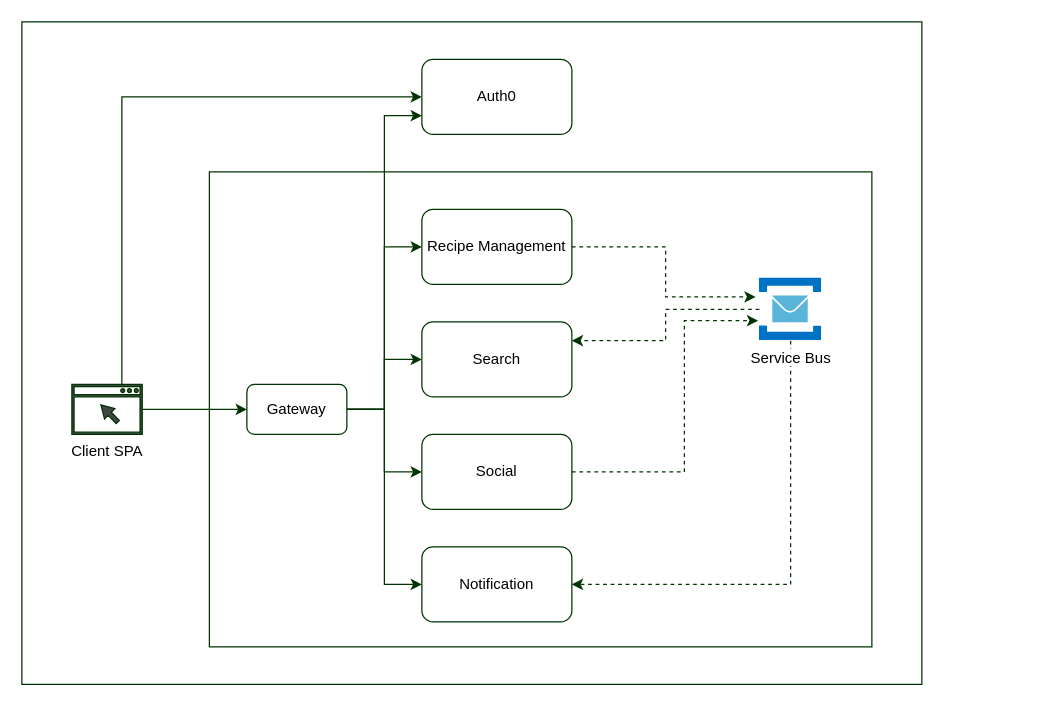
The draw.io diagram page "Page-1" (1 of 2) of doc/RecipeShareArchitecture.drawio in tungdn3/RecipeShare, before the edit. Source tidied: cells renumbered, new cells numbered last; positions are measured from the earlier drawing's top-left corner, leaving out a move shared by most shapes. Both pictures are drawn from the tidied source at 125%, with x=0, y=0 at pixel (21, 21). Pictures stored in the file or linked from it are replaced by grey dashed boxes.
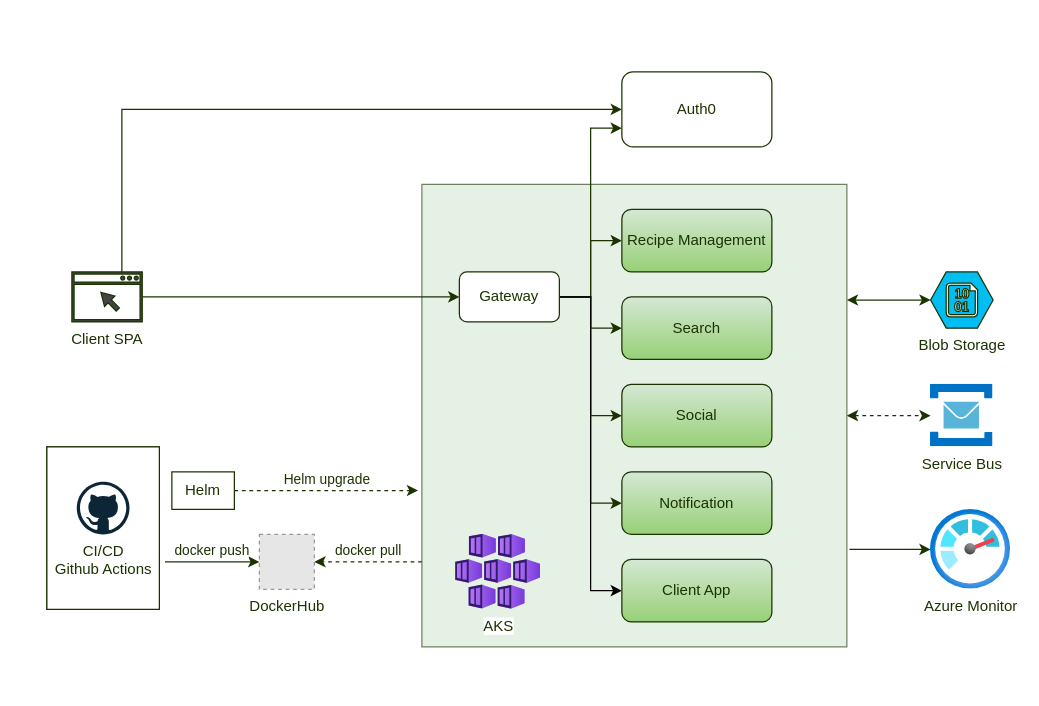
The same page after the edit.

The edit, as a diff of the source:
```diff
@@
-    <mxCell id="2" style="rounded=0;whiteSpace=wrap;html=1;strokeColor=#003300;" parent="1" vertex="1">
-      <mxGeometry width="720" height="530" as="geometry" />
-    </mxCell>
+    <mxCell id="23" value="docker pull" style="edgeStyle=orthogonalEdgeStyle;rounded=0;jettySize=auto;html=1;exitX=0;exitY=0.816;exitDx=0;exitDy=0;entryX=1;entryY=0.5;entryDx=0;entryDy=0;dashed=1;verticalAlign=bottom;strokeColor=#1A3300;fontColor=#1A3300;exitPerimeter=0;" parent="1" edge="1" source="3" target="29">
+      <mxGeometry relative="1" as="geometry" />
+    </mxCell>
+    <mxCell id="24" style="edgeStyle=orthogonalEdgeStyle;rounded=0;jettySize=auto;html=1;exitX=1;exitY=0.5;exitDx=0;exitDy=0;startArrow=classic;startFill=1;dashed=1;strokeColor=#1A3300;fontColor=#1A3300;" parent="1" edge="1" source="3" target="20">
+      <mxGeometry relative="1" as="geometry" />
+    </mxCell>
-    <mxCell id="3" style="rounded=0;whiteSpace=wrap;html=1;strokeColor=#003300;" parent="1" vertex="1">
-      <mxGeometry x="150" y="120" width="530" height="380" as="geometry" />
+    <mxCell id="3" style="rounded=0;whiteSpace=wrap;html=1;strokeColor=#1A3300;fillColor=#d5e8d4;opacity=60;fontColor=#1A3300;" parent="1" vertex="1">
+      <mxGeometry x="320" y="130" width="340" height="370" as="geometry" />
     </mxCell>
-    <mxCell id="4" style="edgeStyle=orthogonalEdgeStyle;rounded=0;jettySize=auto;html=1;entryX=0;entryY=0.5;entryDx=0;entryDy=0;strokeColor=#003300;" parent="1" edge="1" source="6" target="7">
+    <mxCell id="4" style="edgeStyle=orthogonalEdgeStyle;rounded=0;jettySize=auto;html=1;entryX=0;entryY=0.5;entryDx=0;entryDy=0;strokeColor=#1A3300;fontColor=#1A3300;" parent="1" edge="1" source="6" target="7">
       <mxGeometry relative="1" as="geometry">
         <Array as="points">
-          <mxPoint x="80" y="60" />
+          <mxPoint x="80" y="70" />
         </Array>
       </mxGeometry>
     </mxCell>
-    <mxCell id="5" style="edgeStyle=orthogonalEdgeStyle;rounded=0;jettySize=auto;html=1;entryX=0;entryY=0.5;entryDx=0;entryDy=0;strokeColor=#003300;" parent="1" edge="1" source="6" target="17">
+    <mxCell id="5" style="edgeStyle=orthogonalEdgeStyle;rounded=0;jettySize=auto;html=1;entryX=0;entryY=0.5;entryDx=0;entryDy=0;strokeColor=#1A3300;fontColor=#1A3300;" parent="1" edge="1" source="6" target="17">
       <mxGeometry relative="1" as="geometry" />
     </mxCell>
-    <mxCell id="6" value="Client SPA" style="sketch=0;shadow=0;dashed=0;html=1;strokeColor=#003300;fillColor=#434445;labelPosition=center;verticalLabelPosition=bottom;verticalAlign=top;align=center;outlineConnect=0;shape=mxgraph.vvd.web_browser;" parent="1" vertex="1">
-      <mxGeometry x="40" y="290" width="56.3" height="40" as="geometry" />
+    <mxCell id="6" value="Client SPA" style="sketch=0;shadow=0;dashed=0;html=1;strokeColor=#1A3300;fillColor=#434445;labelPosition=center;verticalLabelPosition=bottom;verticalAlign=top;align=center;outlineConnect=0;shape=mxgraph.vvd.web_browser;fontColor=#1A3300;" parent="1" vertex="1">
+      <mxGeometry x="40" y="200" width="56.3" height="40" as="geometry" />
     </mxCell>
-    <mxCell id="7" value="Auth0" style="rounded=1;whiteSpace=wrap;html=1;strokeColor=#003300;" parent="1" vertex="1">
-      <mxGeometry x="320" y="30" width="120" height="60" as="geometry" />
+    <mxCell id="7" value="Auth0" style="rounded=1;whiteSpace=wrap;html=1;strokeColor=#1A3300;fontColor=#1A3300;" parent="1" vertex="1">
+      <mxGeometry x="480" y="40" width="120" height="60" as="geometry" />
     </mxCell>
-    <mxCell id="8" value="Recipe Management" style="rounded=1;whiteSpace=wrap;html=1;strokeColor=#003300;" parent="1" vertex="1">
-      <mxGeometry x="320" y="150" width="120" height="60" as="geometry" />
+    <mxCell id="8" value="Recipe Management" style="rounded=1;whiteSpace=wrap;html=1;strokeColor=#1A3300;fillColor=#d5e8d4;gradientColor=#97d077;fontColor=#1A3300;" parent="1" vertex="1">
+      <mxGeometry x="480" y="150" width="120" height="50" as="geometry" />
     </mxCell>
-    <mxCell id="9" value="Social" style="rounded=1;whiteSpace=wrap;html=1;strokeColor=#003300;" parent="1" vertex="1">
-      <mxGeometry x="320" y="330" width="120" height="60" as="geometry" />
+    <mxCell id="9" value="Social" style="rounded=1;whiteSpace=wrap;html=1;strokeColor=#1A3300;fillColor=#d5e8d4;gradientColor=#97d077;fontColor=#1A3300;" parent="1" vertex="1">
+      <mxGeometry x="480" y="290" width="120" height="50" as="geometry" />
     </mxCell>
-    <mxCell id="10" value="Search" style="rounded=1;whiteSpace=wrap;html=1;strokeColor=#003300;" parent="1" vertex="1">
-      <mxGeometry x="320" y="240" width="120" height="60" as="geometry" />
+    <mxCell id="10" value="Search" style="rounded=1;whiteSpace=wrap;html=1;strokeColor=#1A3300;fillColor=#d5e8d4;gradientColor=#97d077;fontColor=#1A3300;" parent="1" vertex="1">
+      <mxGeometry x="480" y="220" width="120" height="50" as="geometry" />
     </mxCell>
-    <mxCell id="11" value="Notification" style="rounded=1;whiteSpace=wrap;html=1;strokeColor=#003300;" parent="1" vertex="1">
-      <mxGeometry x="320" y="420" width="120" height="60" as="geometry" />
+    <mxCell id="11" value="Notification" style="rounded=1;whiteSpace=wrap;html=1;strokeColor=#1A3300;fillColor=#d5e8d4;gradientColor=#97d077;fontColor=#1A3300;" parent="1" vertex="1">
+      <mxGeometry x="480" y="360" width="120" height="50" as="geometry" />
     </mxCell>
-    <mxCell id="12" style="edgeStyle=orthogonalEdgeStyle;rounded=0;jettySize=auto;html=1;exitX=1;exitY=0.5;exitDx=0;exitDy=0;entryX=0;entryY=0.5;entryDx=0;entryDy=0;strokeColor=#003300;" parent="1" edge="1" source="17" target="8">
+    <mxCell id="12" style="edgeStyle=orthogonalEdgeStyle;rounded=0;jettySize=auto;html=1;exitX=1;exitY=0.5;exitDx=0;exitDy=0;entryX=0;entryY=0.5;entryDx=0;entryDy=0;strokeColor=#1A3300;fontColor=#1A3300;" parent="1" edge="1" source="17" target="8">
       <mxGeometry relative="1" as="geometry" />
     </mxCell>
-    <mxCell id="13" style="edgeStyle=orthogonalEdgeStyle;rounded=0;jettySize=auto;html=1;entryX=0;entryY=0.5;entryDx=0;entryDy=0;strokeColor=#003300;" parent="1" edge="1" source="17" target="10">
+    <mxCell id="13" style="edgeStyle=orthogonalEdgeStyle;rounded=0;jettySize=auto;html=1;entryX=0;entryY=0.5;entryDx=0;entryDy=0;strokeColor=#1A3300;fontColor=#1A3300;" parent="1" edge="1" source="17" target="10">
       <mxGeometry relative="1" as="geometry" />
     </mxCell>
-    <mxCell id="14" style="edgeStyle=orthogonalEdgeStyle;rounded=0;jettySize=auto;html=1;entryX=0;entryY=0.5;entryDx=0;entryDy=0;strokeColor=#003300;" parent="1" edge="1" source="17" target="9">
+    <mxCell id="14" style="edgeStyle=orthogonalEdgeStyle;rounded=0;jettySize=auto;html=1;entryX=0;entryY=0.5;entryDx=0;entryDy=0;strokeColor=#1A3300;fontColor=#1A3300;" parent="1" edge="1" source="17" target="9">
       <mxGeometry relative="1" as="geometry" />
     </mxCell>
-    <mxCell id="15" style="edgeStyle=orthogonalEdgeStyle;rounded=0;jettySize=auto;html=1;entryX=0;entryY=0.5;entryDx=0;entryDy=0;strokeColor=#003300;" parent="1" edge="1" source="17" target="11">
+    <mxCell id="15" style="edgeStyle=orthogonalEdgeStyle;rounded=0;jettySize=auto;html=1;entryX=0;entryY=0.5;entryDx=0;entryDy=0;strokeColor=#1A3300;fontColor=#1A3300;" parent="1" edge="1" source="17" target="11">
       <mxGeometry relative="1" as="geometry" />
     </mxCell>
-    <mxCell id="16" style="edgeStyle=orthogonalEdgeStyle;rounded=0;jettySize=auto;html=1;entryX=0;entryY=0.75;entryDx=0;entryDy=0;strokeColor=#003300;" parent="1" edge="1" source="17" target="7">
+    <mxCell id="16" style="edgeStyle=orthogonalEdgeStyle;rounded=0;jettySize=auto;html=1;entryX=0;entryY=0.75;entryDx=0;entryDy=0;strokeColor=#1A3300;fontColor=#1A3300;" parent="1" edge="1" source="17" target="7">
       <mxGeometry relative="1" as="geometry" />
     </mxCell>
+    <mxCell id="25" style="edgeStyle=orthogonalEdgeStyle;rounded=0;jettySize=auto;html=1;entryX=0;entryY=0.5;entryDx=0;entryDy=0;" parent="1" edge="1" source="17" target="38">
+      <mxGeometry relative="1" as="geometry" />
+    </mxCell>
-    <mxCell id="17" value="Gateway" style="rounded=1;whiteSpace=wrap;html=1;strokeColor=#003300;" parent="1" vertex="1">
-      <mxGeometry x="180" y="290" width="80" height="40" as="geometry" />
+    <mxCell id="17" value="Gateway" style="rounded=1;whiteSpace=wrap;html=1;strokeColor=#1A3300;fontColor=#1A3300;" parent="1" vertex="1">
+      <mxGeometry x="350" y="200" width="80" height="40" as="geometry" />
     </mxCell>
-    <mxCell id="18" style="edgeStyle=orthogonalEdgeStyle;rounded=0;jettySize=auto;html=1;entryX=1;entryY=0.25;entryDx=0;entryDy=0;dashed=1;strokeColor=#003300;" parent="1" edge="1" source="20" target="10">
-      <mxGeometry relative="1" as="geometry" />
-    </mxCell>
-    <mxCell id="19" style="edgeStyle=orthogonalEdgeStyle;rounded=0;jettySize=auto;html=1;entryX=1;entryY=0.5;entryDx=0;entryDy=0;dashed=1;strokeColor=#003300;" parent="1" edge="1" source="20" target="11">
-      <mxGeometry relative="1" as="geometry">
-        <Array as="points">
-          <mxPoint x="615" y="450" />
-        </Array>
-      </mxGeometry>
-    </mxCell>
-    <mxCell id="20" value="Service Bus" style="image;sketch=0;html=1;points=[];align=center;fontSize=12;image=img/lib/mscae/Service_Bus.svg;strokeColor=#003300;" parent="1" vertex="1">
-      <mxGeometry x="590" y="205" width="50" height="50" as="geometry" />
+    <mxCell id="20" value="Service Bus" style="image;sketch=0;html=1;points=[];align=center;fontSize=12;image=img/lib/mscae/Service_Bus.svg;strokeColor=#1A3300;fontColor=#1A3300;" parent="1" vertex="1">
+      <mxGeometry x="727" y="290" width="50" height="50" as="geometry" />
     </mxCell>
-    <mxCell id="21" style="edgeStyle=orthogonalEdgeStyle;rounded=0;jettySize=auto;html=1;entryX=-0.06;entryY=0.3;entryDx=0;entryDy=0;entryPerimeter=0;dashed=1;strokeColor=#003300;" parent="1" edge="1" source="8" target="20">
-      <mxGeometry relative="1" as="geometry" />
-    </mxCell>
-    <mxCell id="22" style="edgeStyle=orthogonalEdgeStyle;rounded=0;jettySize=auto;html=1;entryX=-0.02;entryY=0.68;entryDx=0;entryDy=0;entryPerimeter=0;dashed=1;strokeColor=#003300;" parent="1" edge="1" source="9" target="20">
-      <mxGeometry relative="1" as="geometry">
-        <Array as="points">
-          <mxPoint x="530" y="360" />
-          <mxPoint x="530" y="239" />
-        </Array>
-      </mxGeometry>
-    </mxCell>
+    <mxCell id="26" value="docker push" style="edgeStyle=orthogonalEdgeStyle;rounded=0;jettySize=auto;html=1;entryX=0;entryY=0.5;entryDx=0;entryDy=0;verticalAlign=bottom;exitX=1.05;exitY=0.707;exitDx=0;exitDy=0;exitPerimeter=0;strokeColor=#1A3300;fontColor=#1A3300;" parent="1" edge="1" source="34" target="29">
+      <mxGeometry relative="1" as="geometry" />
+    </mxCell>
+    <mxCell id="27" value="Helm upgrade" style="edgeStyle=orthogonalEdgeStyle;rounded=0;jettySize=auto;html=1;dashed=1;verticalAlign=bottom;entryX=-0.009;entryY=0.662;entryDx=0;entryDy=0;entryPerimeter=0;strokeColor=#1A3300;fontColor=#1A3300;" parent="1" edge="1" source="28" target="3">
+      <mxGeometry relative="1" as="geometry" />
+    </mxCell>
+    <mxCell id="28" value="Helm" style="rounded=0;whiteSpace=wrap;html=1;strokeColor=#1A3300;fontColor=#1A3300;" parent="1" vertex="1">
+      <mxGeometry x="120" y="360" width="50" height="30" as="geometry" />
+    </mxCell>
+    <mxCell id="29" value="DockerHub" style="fillColor=#E6E6E6;strokeColor=#999999;dashed=1;html=1;verticalAlign=top;verticalLabelPosition=bottom;labelBackgroundColor=#ffffff;fontColor=#1A3300;" parent="1" vertex="1">
+      <mxGeometry x="190" y="410" width="44" height="44" as="geometry" />
+    </mxCell>
+    <mxCell id="30" value="AKS" style="image;html=1;align=center;fontSize=12;image=img/lib/azure2/compute/Kubernetes_Services.svg;strokeColor=#1A3300;fontColor=#1A3300;" parent="1" vertex="1">
+      <mxGeometry x="347.1" y="410" width="68" height="60" as="geometry" />
+    </mxCell>
+    <mxCell id="31" value="Blob Storage" style="verticalLabelPosition=bottom;html=1;verticalAlign=top;align=center;strokeColor=#1A3300;fillColor=#00BEF2;shape=mxgraph.azure.storage_blob;fontColor=#1A3300;" parent="1" vertex="1">
+      <mxGeometry x="727" y="200" width="50" height="45" as="geometry" />
+    </mxCell>
+    <mxCell id="32" style="edgeStyle=orthogonalEdgeStyle;rounded=0;jettySize=auto;html=1;exitX=1;exitY=0.25;exitDx=0;exitDy=0;entryX=0;entryY=0.5;entryDx=0;entryDy=0;entryPerimeter=0;startArrow=classic;startFill=1;strokeColor=#1A3300;fontColor=#1A3300;" parent="1" edge="1" source="3" target="31">
+      <mxGeometry relative="1" as="geometry" />
+    </mxCell>
+    <mxCell id="33" style="group;strokeColor=#1A3300;fontColor=#1A3300;" parent="1" vertex="1">
+      <mxGeometry x="20" y="340" width="90" height="130" as="geometry" />
+    </mxCell>
+    <mxCell id="34" style="rounded=0;whiteSpace=wrap;html=1;strokeColor=#1A3300;fontColor=#1A3300;" parent="33" vertex="1">
+      <mxGeometry width="90" height="130" as="geometry" />
+    </mxCell>
+    <mxCell id="35" value="&lt;div&gt;CI/CD&lt;/div&gt;Github Actions" style="dashed=0;html=1;align=center;labelPosition=center;verticalLabelPosition=bottom;verticalAlign=top;shape=mxgraph.weblogos.github;strokeColor=#1A3300;fontColor=#1A3300;" parent="33" vertex="1">
+      <mxGeometry x="23.9" y="27.8" width="42.2" height="42.2" as="geometry" />
+    </mxCell>
+    <mxCell id="36" value="Azure Monitor" style="image;html=1;points=[];align=center;fontSize=12;image=img/lib/azure2/management_governance/Monitor.svg;strokeColor=#1A3300;fontColor=#1A3300;" parent="1" vertex="1">
+      <mxGeometry x="727" y="390" width="64" height="64" as="geometry" />
+    </mxCell>
+    <mxCell id="37" style="edgeStyle=orthogonalEdgeStyle;rounded=0;jettySize=auto;html=1;startArrow=classic;startFill=1;strokeColor=#1A3300;fontColor=#1A3300;entryX=1.006;entryY=0.789;entryDx=0;entryDy=0;entryPerimeter=0;endArrow=none;endFill=0;" parent="1" edge="1" source="36" target="3">
+      <mxGeometry relative="1" as="geometry" />
+    </mxCell>
+    <mxCell id="38" value="Client App" style="rounded=1;whiteSpace=wrap;html=1;strokeColor=#1A3300;fillColor=#d5e8d4;gradientColor=#97d077;fontColor=#1A3300;" parent="1" vertex="1">
+      <mxGeometry x="480" y="430" width="120" height="50" as="geometry" />
+    </mxCell>
```
